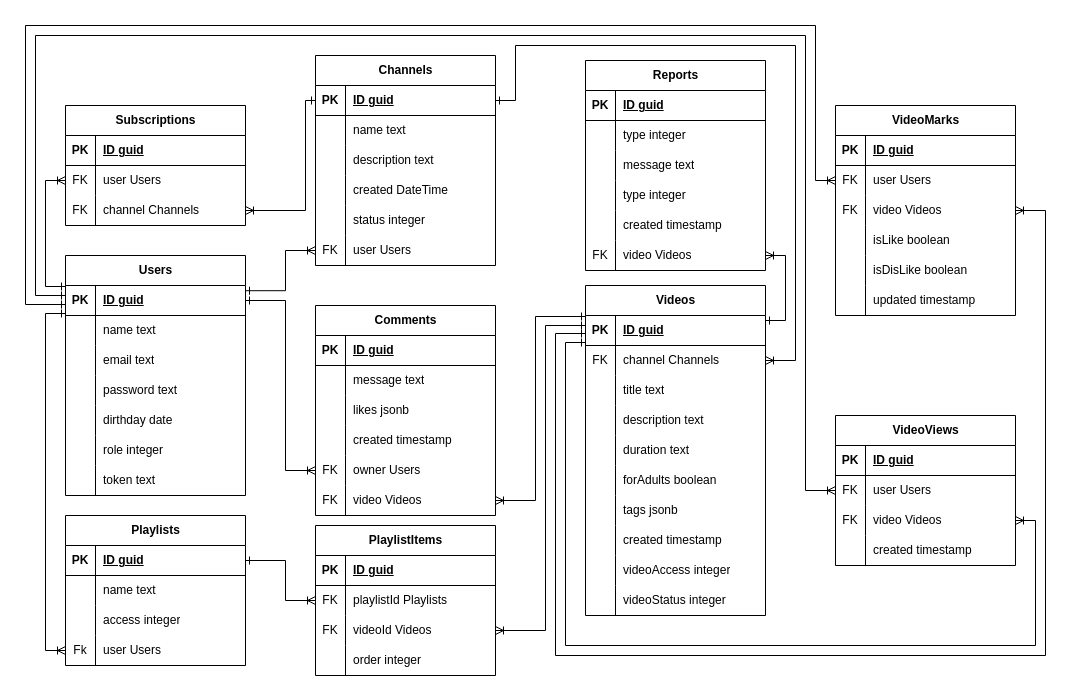
DioMain/BYTUBE keeps this draw.io diagram as BD.drawio. Above is the earlier version. Source tidied: cells renumbered, new cells numbered last; positions are measured from the earlier drawing's top-left corner, leaving out a move shared by most shapes. Both pictures are drawn from the tidied source at 100%, with x=0, y=0 at pixel (25, 25).
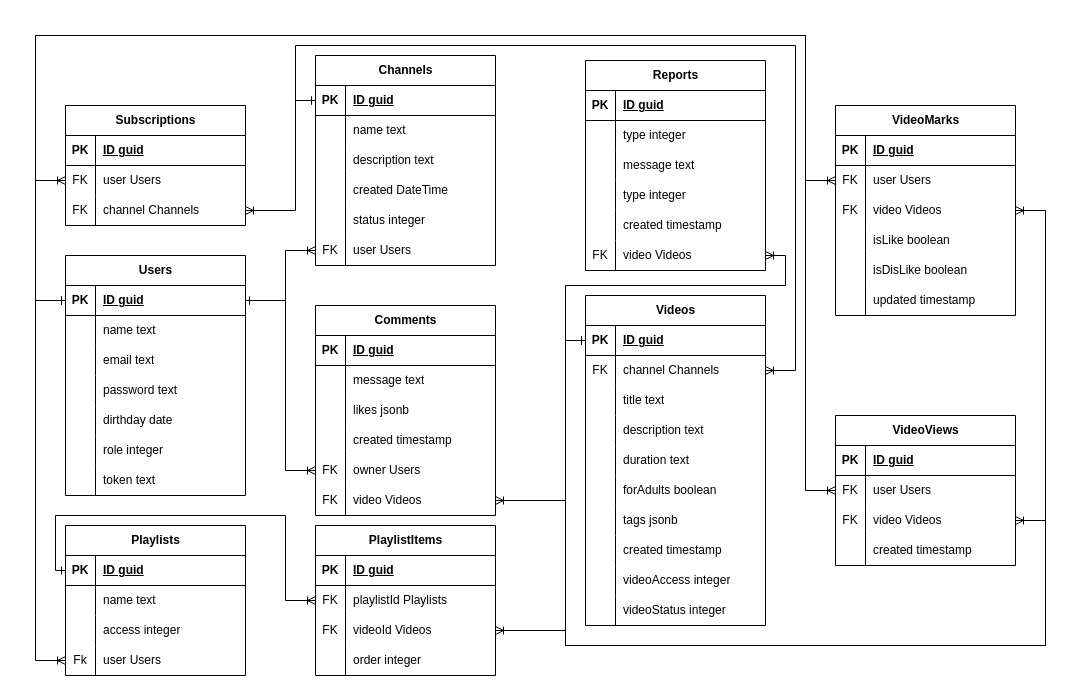
The same diagram, later.

The change refers to these unchanged cells:
```xml
<mxCell id="3" style="shape=tableRow;horizontal=0;startSize=0;swimlaneHead=0;swimlaneBody=0;fillColor=none;points=[[0,0.5],[1,0.5]];portConstraint=eastwest;top=0;left=0;right=0;bottom=1;" parent="2" vertex="1">
  <mxGeometry y="30" width="180" height="30" as="geometry" />
</mxCell>
<mxCell id="25" style="shape=tableRow;horizontal=0;startSize=0;swimlaneHead=0;swimlaneBody=0;fillColor=none;points=[[0,0.5],[1,0.5]];portConstraint=eastwest;top=0;left=0;right=0;bottom=1;" parent="24" vertex="1">
  <mxGeometry y="30" width="180" height="30" as="geometry" />
</mxCell>
<mxCell id="40" style="shape=tableRow;horizontal=0;startSize=0;swimlaneHead=0;swimlaneBody=0;fillColor=none;points=[[0,0.5],[1,0.5]];portConstraint=eastwest;top=0;left=0;right=0;bottom=0;" parent="24" vertex="1">
  <mxGeometry y="180" width="180" height="30" as="geometry" />
</mxCell>
<mxCell id="44" style="shape=tableRow;horizontal=0;startSize=0;swimlaneHead=0;swimlaneBody=0;fillColor=none;points=[[0,0.5],[1,0.5]];portConstraint=eastwest;top=0;left=0;right=0;bottom=1;" parent="43" vertex="1">
  <mxGeometry y="30" width="180" height="30" as="geometry" />
</mxCell>
<mxCell id="47" style="shape=tableRow;horizontal=0;startSize=0;swimlaneHead=0;swimlaneBody=0;fillColor=none;points=[[0,0.5],[1,0.5]];portConstraint=eastwest;top=0;left=0;right=0;bottom=0;" parent="43" vertex="1">
  <mxGeometry y="60" width="180" height="30" as="geometry" />
</mxCell>
<mxCell id="78" style="shape=tableRow;horizontal=0;startSize=0;swimlaneHead=0;swimlaneBody=0;fillColor=none;points=[[0,0.5],[1,0.5]];portConstraint=eastwest;top=0;left=0;right=0;bottom=0;" parent="74" vertex="1">
  <mxGeometry y="60" width="180" height="30" as="geometry" />
</mxCell>
<mxCell id="81" style="shape=tableRow;horizontal=0;startSize=0;swimlaneHead=0;swimlaneBody=0;fillColor=none;points=[[0,0.5],[1,0.5]];portConstraint=eastwest;top=0;left=0;right=0;bottom=0;" parent="74" vertex="1">
  <mxGeometry y="90" width="180" height="30" as="geometry" />
</mxCell>
<mxCell id="100" style="shape=tableRow;horizontal=0;startSize=0;swimlaneHead=0;swimlaneBody=0;fillColor=none;points=[[0,0.5],[1,0.5]];portConstraint=eastwest;top=0;left=0;right=0;bottom=0;" parent="84" vertex="1">
  <mxGeometry y="180" width="180" height="30" as="geometry" />
</mxCell>
<mxCell id="119" style="shape=tableRow;horizontal=0;startSize=0;swimlaneHead=0;swimlaneBody=0;fillColor=none;points=[[0,0.5],[1,0.5]];portConstraint=eastwest;top=0;left=0;right=0;bottom=0;" parent="103" vertex="1">
  <mxGeometry y="180" width="180" height="30" as="geometry" />
</mxCell>
<mxCell id="126" style="shape=tableRow;horizontal=0;startSize=0;swimlaneHead=0;swimlaneBody=0;fillColor=none;points=[[0,0.5],[1,0.5]];portConstraint=eastwest;top=0;left=0;right=0;bottom=0;" parent="122" vertex="1">
  <mxGeometry y="60" width="180" height="30" as="geometry" />
</mxCell>
<mxCell id="129" style="shape=tableRow;horizontal=0;startSize=0;swimlaneHead=0;swimlaneBody=0;fillColor=none;points=[[0,0.5],[1,0.5]];portConstraint=eastwest;top=0;left=0;right=0;bottom=0;" parent="122" vertex="1">
  <mxGeometry y="90" width="180" height="30" as="geometry" />
</mxCell>
<mxCell id="136" style="shape=tableRow;horizontal=0;startSize=0;swimlaneHead=0;swimlaneBody=0;fillColor=none;points=[[0,0.5],[1,0.5]];portConstraint=eastwest;top=0;left=0;right=0;bottom=1;" parent="135" vertex="1">
  <mxGeometry y="30" width="180" height="30" as="geometry" />
</mxCell>
<mxCell id="145" style="shape=tableRow;horizontal=0;startSize=0;swimlaneHead=0;swimlaneBody=0;fillColor=none;points=[[0,0.5],[1,0.5]];portConstraint=eastwest;top=0;left=0;right=0;bottom=0;" parent="135" vertex="1">
  <mxGeometry y="120" width="180" height="30" as="geometry" />
</mxCell>
<mxCell id="158" style="shape=tableRow;horizontal=0;startSize=0;swimlaneHead=0;swimlaneBody=0;fillColor=none;points=[[0,0.5],[1,0.5]];portConstraint=eastwest;top=0;left=0;right=0;bottom=0;" parent="154" vertex="1">
  <mxGeometry y="60" width="180" height="30" as="geometry" />
</mxCell>
<mxCell id="161" style="shape=tableRow;horizontal=0;startSize=0;swimlaneHead=0;swimlaneBody=0;fillColor=none;points=[[0,0.5],[1,0.5]];portConstraint=eastwest;top=0;left=0;right=0;bottom=0;" parent="154" vertex="1">
  <mxGeometry y="90" width="180" height="30" as="geometry" />
</mxCell>
<mxCell id="177" style="shape=tableRow;horizontal=0;startSize=0;swimlaneHead=0;swimlaneBody=0;fillColor=none;points=[[0,0.5],[1,0.5]];portConstraint=eastwest;top=0;left=0;right=0;bottom=0;" parent="173" vertex="1">
  <mxGeometry y="60" width="180" height="30" as="geometry" />
</mxCell>
<mxCell id="180" style="shape=tableRow;horizontal=0;startSize=0;swimlaneHead=0;swimlaneBody=0;fillColor=none;points=[[0,0.5],[1,0.5]];portConstraint=eastwest;top=0;left=0;right=0;bottom=0;" parent="173" vertex="1">
  <mxGeometry y="90" width="180" height="30" as="geometry" />
</mxCell>
```

What changed in the source:
```diff
@@
     <mxCell id="43" value="Videos" style="shape=table;startSize=30;childLayout=tableLayout;rowLines=0;fontStyle=1;align=center;html=1;" parent="1" vertex="1">
-      <mxGeometry x="560" y="260" width="180" height="330" as="geometry" />
+      <mxGeometry x="560" y="270" width="180" height="330" as="geometry" />
     </mxCell>
@@
     <mxCell id="135" value="Playlists" style="shape=table;startSize=30;childLayout=tableLayout;rowLines=0;fontStyle=1;align=center;html=1;" parent="1" vertex="1">
-      <mxGeometry x="40" y="490" width="180" height="150" as="geometry" />
+      <mxGeometry x="40" y="500" width="180" height="150" as="geometry" />
     </mxCell>
@@
-    <mxCell id="148" style="edgeStyle=orthogonalEdgeStyle;rounded=0;jettySize=auto;html=1;entryX=0;entryY=0.5;entryDx=0;entryDy=0;exitX=1;exitY=0.174;exitDx=0;exitDy=0;exitPerimeter=0;startArrow=ERone;startFill=0;endArrow=ERoneToMany;endFill=0;" parent="1" edge="1" source="3" target="40">
+    <mxCell id="148" style="edgeStyle=orthogonalEdgeStyle;rounded=0;jettySize=auto;html=1;entryX=0;entryY=0.5;entryDx=0;entryDy=0;exitX=1;exitY=0.5;exitDx=0;exitDy=0;startArrow=ERone;startFill=0;endArrow=ERoneToMany;endFill=0;" parent="1" edge="1" source="3" target="40">
       <mxGeometry relative="1" as="geometry">
         <Array as="points">
-          <mxPoint x="260" y="265" />
+          <mxPoint x="260" y="275" />
           <mxPoint x="260" y="225" />
         </Array>
       </mxGeometry>
     </mxCell>
@@
-    <mxCell id="150" style="edgeStyle=orthogonalEdgeStyle;rounded=0;jettySize=auto;html=1;entryX=0;entryY=0.5;entryDx=0;entryDy=0;startArrow=ERone;startFill=0;endArrow=ERoneToMany;endFill=0;" parent="1" edge="1" source="3" target="78">
+    <mxCell id="150" style="edgeStyle=orthogonalEdgeStyle;rounded=0;jettySize=auto;html=1;entryX=0;entryY=0.5;entryDx=0;entryDy=0;startArrow=ERone;startFill=0;endArrow=ERoneToMany;endFill=0;exitX=0;exitY=0.5;exitDx=0;exitDy=0;" parent="1" edge="1" source="3" target="78">
       <mxGeometry relative="1" as="geometry">
         <Array as="points">
-          <mxPoint x="20" y="261" />
-          <mxPoint x="20" y="155" />
+          <mxPoint x="10" y="275" />
+          <mxPoint x="10" y="155" />
         </Array>
       </mxGeometry>
     </mxCell>
     <mxCell id="151" style="edgeStyle=orthogonalEdgeStyle;rounded=0;jettySize=auto;html=1;entryX=1;entryY=0.5;entryDx=0;entryDy=0;startArrow=ERone;startFill=0;endArrow=ERoneToMany;endFill=0;" parent="1" edge="1" source="25" target="81">
       <mxGeometry relative="1" as="geometry">
         <Array as="points">
-          <mxPoint x="280" y="75" />
-          <mxPoint x="280" y="185" />
+          <mxPoint x="270" y="75" />
+          <mxPoint x="270" y="185" />
         </Array>
       </mxGeometry>
     </mxCell>
-    <mxCell id="152" style="edgeStyle=orthogonalEdgeStyle;rounded=0;jettySize=auto;html=1;exitX=1;exitY=0.5;exitDx=0;exitDy=0;entryX=0;entryY=0.5;entryDx=0;entryDy=0;startArrow=ERone;startFill=0;endArrow=ERoneToMany;endFill=0;" parent="1" edge="1" source="136" target="126">
+    <mxCell id="152" style="edgeStyle=orthogonalEdgeStyle;rounded=0;jettySize=auto;html=1;exitX=0;exitY=0.5;exitDx=0;exitDy=0;entryX=0;entryY=0.5;entryDx=0;entryDy=0;startArrow=ERone;startFill=0;endArrow=ERoneToMany;endFill=0;" parent="1" edge="1" source="136" target="126">
       <mxGeometry relative="1" as="geometry">
         <Array as="points">
-          <mxPoint x="260" y="535" />
+          <mxPoint x="30" y="545" />
+          <mxPoint x="30" y="490" />
+          <mxPoint x="260" y="490" />
           <mxPoint x="260" y="575" />
         </Array>
       </mxGeometry>
     </mxCell>
@@
-    <mxCell id="186" style="edgeStyle=orthogonalEdgeStyle;rounded=0;jettySize=auto;html=1;entryX=1;entryY=0.5;entryDx=0;entryDy=0;endArrow=ERoneToMany;endFill=0;startArrow=ERone;startFill=0;" parent="1" edge="1" source="44" target="100">
+    <mxCell id="186" style="edgeStyle=orthogonalEdgeStyle;rounded=0;jettySize=auto;html=1;entryX=1;entryY=0.5;entryDx=0;entryDy=0;endArrow=ERoneToMany;endFill=0;startArrow=ERone;startFill=0;exitX=0;exitY=0.5;exitDx=0;exitDy=0;" parent="1" edge="1" source="44" target="100">
       <mxGeometry relative="1" as="geometry">
         <Array as="points">
-          <mxPoint x="760" y="295" />
+          <mxPoint x="540" y="315" />
+          <mxPoint x="540" y="260" />
+          <mxPoint x="760" y="260" />
           <mxPoint x="760" y="230" />
         </Array>
       </mxGeometry>
     </mxCell>
-    <mxCell id="187" style="edgeStyle=orthogonalEdgeStyle;rounded=0;jettySize=auto;html=1;entryX=1;entryY=0.5;entryDx=0;entryDy=0;endArrow=ERoneToMany;endFill=0;startArrow=ERone;startFill=0;" parent="1" edge="1" source="44" target="119">
+    <mxCell id="187" style="edgeStyle=orthogonalEdgeStyle;rounded=0;jettySize=auto;html=1;entryX=1;entryY=0.5;entryDx=0;entryDy=0;endArrow=ERoneToMany;endFill=0;startArrow=ERone;startFill=0;exitX=0;exitY=0.5;exitDx=0;exitDy=0;" parent="1" edge="1" source="44" target="119">
       <mxGeometry relative="1" as="geometry">
         <Array as="points">
-          <mxPoint x="510" y="291" />
-          <mxPoint x="510" y="475" />
+          <mxPoint x="540" y="315" />
+          <mxPoint x="540" y="475" />
         </Array>
       </mxGeometry>
     </mxCell>
-    <mxCell id="188" style="edgeStyle=orthogonalEdgeStyle;rounded=0;jettySize=auto;html=1;entryX=1;entryY=0.5;entryDx=0;entryDy=0;endArrow=ERoneToMany;endFill=0;startArrow=ERone;startFill=0;" parent="1" edge="1" source="44" target="129">
+    <mxCell id="188" style="edgeStyle=orthogonalEdgeStyle;rounded=0;jettySize=auto;html=1;entryX=1;entryY=0.5;entryDx=0;entryDy=0;endArrow=ERoneToMany;endFill=0;startArrow=ERone;startFill=0;exitX=0;exitY=0.5;exitDx=0;exitDy=0;" parent="1" edge="1" source="44" target="129">
       <mxGeometry relative="1" as="geometry">
         <Array as="points">
-          <mxPoint x="520" y="300" />
-          <mxPoint x="520" y="605" />
+          <mxPoint x="540" y="315" />
+          <mxPoint x="540" y="605" />
         </Array>
       </mxGeometry>
     </mxCell>
-    <mxCell id="189" style="edgeStyle=orthogonalEdgeStyle;rounded=0;jettySize=auto;html=1;entryX=0;entryY=0.5;entryDx=0;entryDy=0;startArrow=ERone;startFill=0;endArrow=ERoneToMany;endFill=0;" parent="1" edge="1" source="3" target="145">
+    <mxCell id="189" style="edgeStyle=orthogonalEdgeStyle;rounded=0;jettySize=auto;html=1;entryX=0;entryY=0.5;entryDx=0;entryDy=0;startArrow=ERone;startFill=0;endArrow=ERoneToMany;endFill=0;exitX=0;exitY=0.5;exitDx=0;exitDy=0;" parent="1" edge="1" source="3" target="145">
       <mxGeometry relative="1" as="geometry">
         <Array as="points">
-          <mxPoint x="20" y="288" />
-          <mxPoint x="20" y="625" />
+          <mxPoint x="10" y="275" />
+          <mxPoint x="10" y="635" />
         </Array>
       </mxGeometry>
     </mxCell>
-    <mxCell id="190" style="edgeStyle=orthogonalEdgeStyle;rounded=0;jettySize=auto;html=1;entryX=1;entryY=0.5;entryDx=0;entryDy=0;endArrow=ERoneToMany;endFill=0;startArrow=ERone;startFill=0;" parent="1" edge="1" source="44" target="180">
+    <mxCell id="190" style="edgeStyle=orthogonalEdgeStyle;rounded=0;jettySize=auto;html=1;entryX=1;entryY=0.5;entryDx=0;entryDy=0;endArrow=ERoneToMany;endFill=0;startArrow=ERone;startFill=0;exitX=0;exitY=0.5;exitDx=0;exitDy=0;" parent="1" edge="1" source="44" target="180">
       <mxGeometry relative="1" as="geometry">
         <Array as="points">
-          <mxPoint x="540" y="317" />
+          <mxPoint x="540" y="315" />
           <mxPoint x="540" y="620" />
-          <mxPoint x="1010" y="620" />
-          <mxPoint x="1010" y="495" />
+          <mxPoint x="1020" y="620" />
+          <mxPoint x="1020" y="495" />
         </Array>
       </mxGeometry>
     </mxCell>
-    <mxCell id="191" style="edgeStyle=orthogonalEdgeStyle;rounded=0;jettySize=auto;html=1;entryX=1;entryY=0.5;entryDx=0;entryDy=0;endArrow=ERoneToMany;endFill=0;startArrow=ERone;startFill=0;" parent="1" edge="1" source="25" target="47">
+    <mxCell id="191" style="edgeStyle=orthogonalEdgeStyle;rounded=0;jettySize=auto;html=1;entryX=1;entryY=0.5;entryDx=0;entryDy=0;endArrow=ERoneToMany;endFill=0;startArrow=ERone;startFill=0;exitX=0;exitY=0.5;exitDx=0;exitDy=0;" parent="1" edge="1" source="25" target="47">
       <mxGeometry relative="1" as="geometry">
         <Array as="points">
-          <mxPoint x="490" y="75" />
-          <mxPoint x="490" y="20" />
+          <mxPoint x="270" y="75" />
+          <mxPoint x="270" y="20" />
           <mxPoint x="770" y="20" />
-          <mxPoint x="770" y="335" />
+          <mxPoint x="770" y="345" />
         </Array>
       </mxGeometry>
     </mxCell>
-    <mxCell id="192" style="edgeStyle=orthogonalEdgeStyle;rounded=0;jettySize=auto;html=1;entryX=1;entryY=0.5;entryDx=0;entryDy=0;startArrow=ERone;startFill=0;endArrow=ERoneToMany;endFill=0;" parent="1" edge="1" source="44" target="161">
+    <mxCell id="192" style="edgeStyle=orthogonalEdgeStyle;rounded=0;jettySize=auto;html=1;entryX=1;entryY=0.5;entryDx=0;entryDy=0;startArrow=ERone;startFill=0;endArrow=ERoneToMany;endFill=0;" parent="1" edge="1" target="161">
       <mxGeometry relative="1" as="geometry">
+        <mxPoint x="560" y="315" as="sourcePoint" />
         <Array as="points">
-          <mxPoint x="530" y="308" />
-          <mxPoint x="530" y="630" />
-          <mxPoint x="1020" y="630" />
+          <mxPoint x="540" y="315" />
+          <mxPoint x="540" y="620" />
+          <mxPoint x="1020" y="620" />
           <mxPoint x="1020" y="185" />
         </Array>
       </mxGeometry>
     </mxCell>
-    <mxCell id="193" style="edgeStyle=orthogonalEdgeStyle;rounded=0;jettySize=auto;html=1;startArrow=ERone;startFill=0;endArrow=ERoneToMany;endFill=0;" parent="1" edge="1" source="3" target="158">
+    <mxCell id="193" style="edgeStyle=orthogonalEdgeStyle;rounded=0;jettySize=auto;html=1;startArrow=ERone;startFill=0;endArrow=ERoneToMany;endFill=0;exitX=0;exitY=0.5;exitDx=0;exitDy=0;" parent="1" edge="1" source="3" target="158">
       <mxGeometry relative="1" as="geometry">
         <Array as="points">
-          <mxPoint y="279" />
-          <mxPoint />
-          <mxPoint x="790" />
-          <mxPoint x="790" y="155" />
+          <mxPoint x="10" y="275" />
+          <mxPoint x="10" y="10" />
+          <mxPoint x="780" y="10" />
+          <mxPoint x="780" y="155" />
         </Array>
       </mxGeometry>
     </mxCell>
-    <mxCell id="194" style="edgeStyle=orthogonalEdgeStyle;rounded=0;jettySize=auto;html=1;entryX=0;entryY=0.5;entryDx=0;entryDy=0;startArrow=ERone;startFill=0;endArrow=ERoneToMany;endFill=0;" parent="1" edge="1" source="3" target="177">
+    <mxCell id="194" style="edgeStyle=orthogonalEdgeStyle;rounded=0;jettySize=auto;html=1;entryX=0;entryY=0.5;entryDx=0;entryDy=0;startArrow=ERone;startFill=0;endArrow=ERoneToMany;endFill=0;exitX=0;exitY=0.5;exitDx=0;exitDy=0;" parent="1" edge="1" source="3" target="177">
       <mxGeometry relative="1" as="geometry">
         <Array as="points">
-          <mxPoint x="10" y="270" />
+          <mxPoint x="10" y="275" />
           <mxPoint x="10" y="10" />
           <mxPoint x="780" y="10" />
           <mxPoint x="780" y="465" />
         </Array>
       </mxGeometry>
     </mxCell>
```
